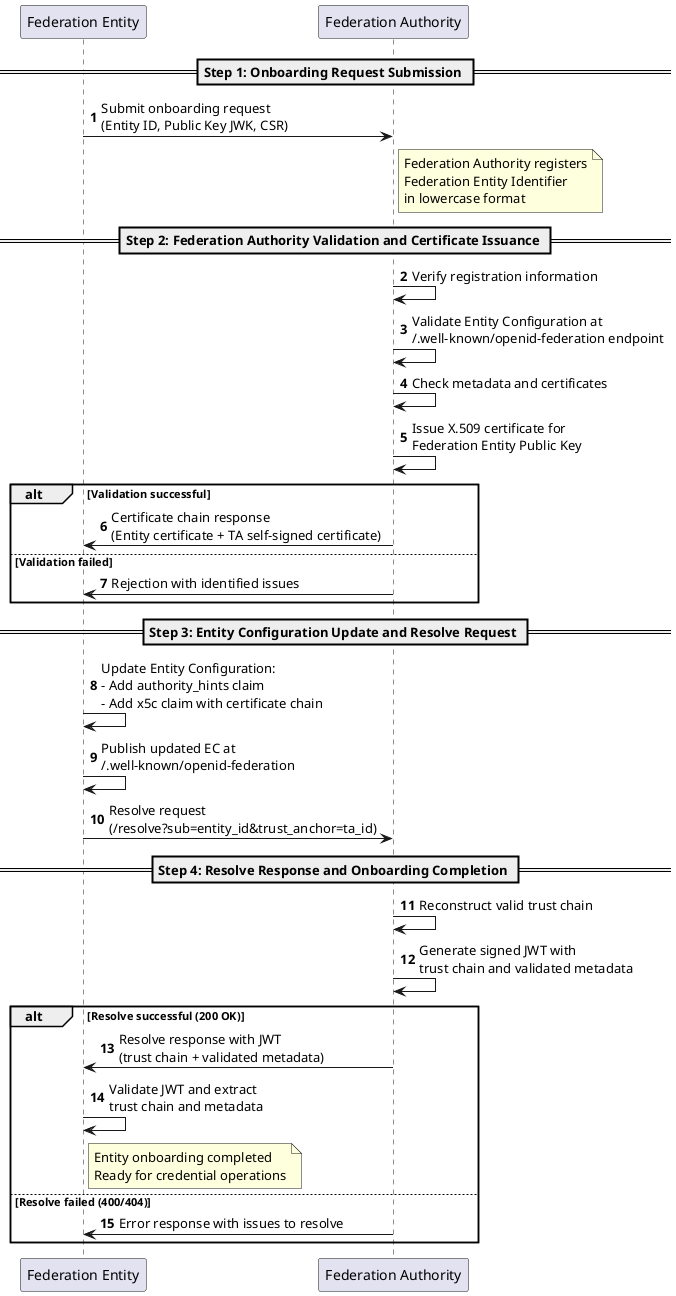
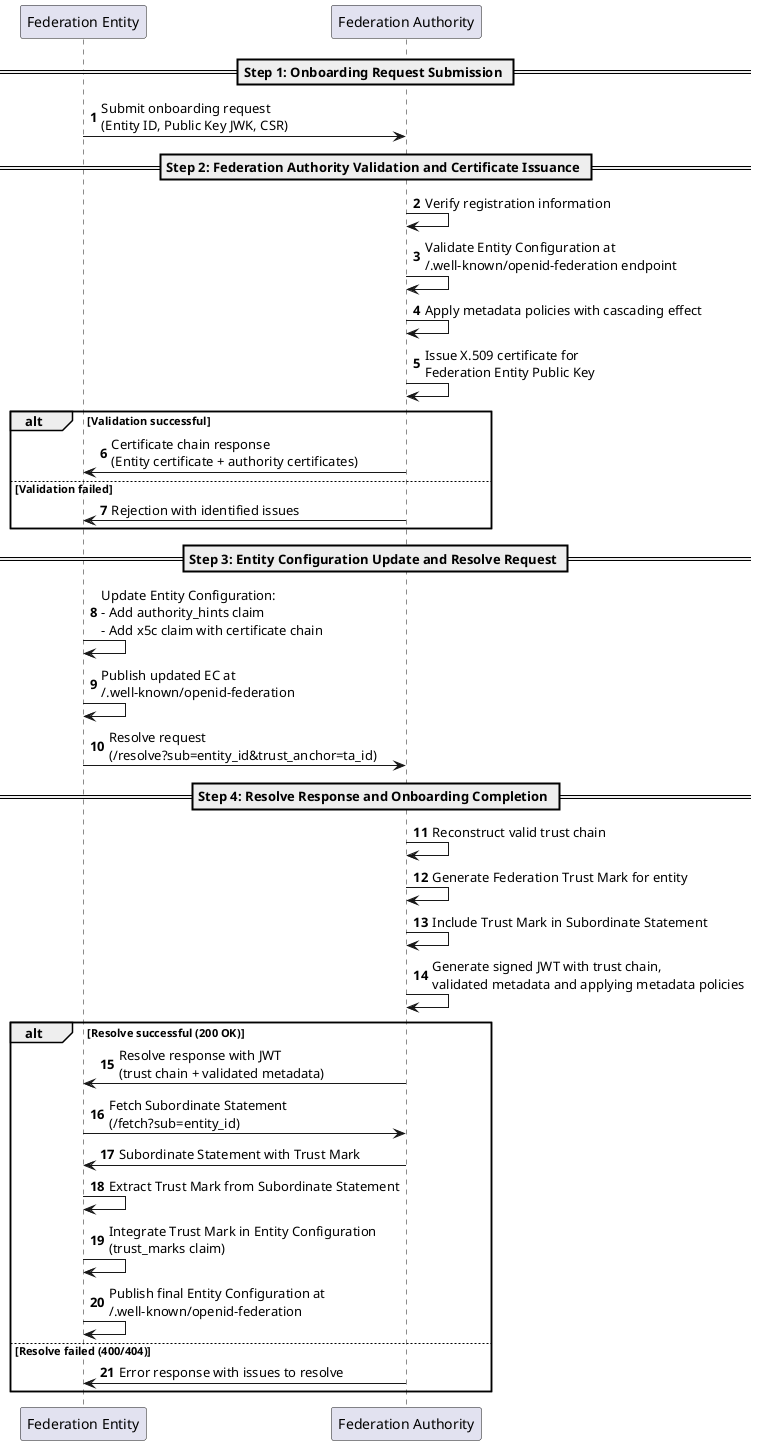
@startuml Federation Entity Onboarding Process
autonumber

participant "Federation Entity" as fe
participant "Federation Authority" as ta

== Step 1: Onboarding Request Submission ==

fe -> ta: Submit onboarding request\n(Entity ID, Public Key JWK, CSR)
- note right of ta: Federation Authority registers\nFederation Entity Identifier\nin lowercase format

== Step 2: Federation Authority Validation and Certificate Issuance ==

ta -> ta: Verify registration information
ta -> ta: Validate Entity Configuration at\n/.well-known/openid-federation endpoint
- ta -> ta: Check metadata and certificates
+ ta -> ta: Apply metadata policies with cascading effect
ta -> ta: Issue X.509 certificate for\nFederation Entity Public Key

alt Validation successful
-     ta -> fe: Certificate chain response\n(Entity certificate + TA self-signed certificate)
+     ta -> fe: Certificate chain response\n(Entity certificate + authority certificates)
else Validation failed
    ta -> fe: Rejection with identified issues
end

== Step 3: Entity Configuration Update and Resolve Request ==

fe -> fe: Update Entity Configuration:\n- Add authority_hints claim\n- Add x5c claim with certificate chain
fe -> fe: Publish updated EC at\n/.well-known/openid-federation
fe -> ta: Resolve request\n(/resolve?sub=entity_id&trust_anchor=ta_id)

== Step 4: Resolve Response and Onboarding Completion ==

ta -> ta: Reconstruct valid trust chain
- ta -> ta: Generate signed JWT with\ntrust chain and validated metadata
+ ta -> ta: Generate Federation Trust Mark for entity
+ ta -> ta: Include Trust Mark in Subordinate Statement
+ ta -> ta: Generate signed JWT with trust chain,\nvalidated metadata and applying metadata policies

alt Resolve successful (200 OK)
    ta -> fe: Resolve response with JWT\n(trust chain + validated metadata)
-     fe -> fe: Validate JWT and extract\ntrust chain and metadata
-     note right of fe: Entity onboarding completed\nReady for credential operations
+     fe -> ta: Fetch Subordinate Statement\n(/fetch?sub=entity_id)
+     ta -> fe: Subordinate Statement with Trust Mark
+     fe -> fe: Extract Trust Mark from Subordinate Statement
+     fe -> fe: Integrate Trust Mark in Entity Configuration\n(trust_marks claim)
+     fe -> fe: Publish final Entity Configuration at\n/.well-known/openid-federation
else Resolve failed (400/404)
    ta -> fe: Error response with issues to resolve
end

@enduml